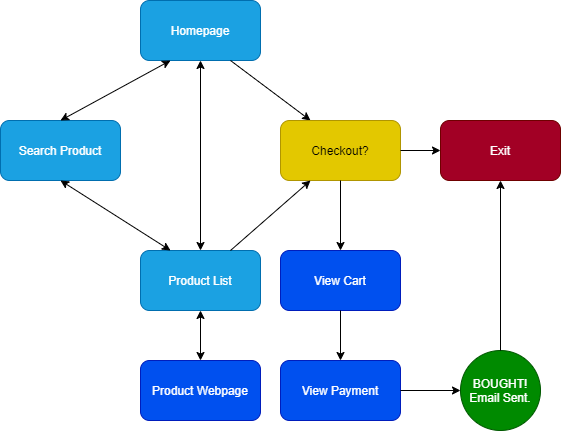
andrija-s/fa21-cse110-lab4 keeps this draw.io diagram as explore/diagramming/diagram.drawio.png. Above is the earlier version. Source tidied: cells renumbered, new cells last; positions are measured from the earlier drawing's top-left corner, leaving out a move shared by most shapes.
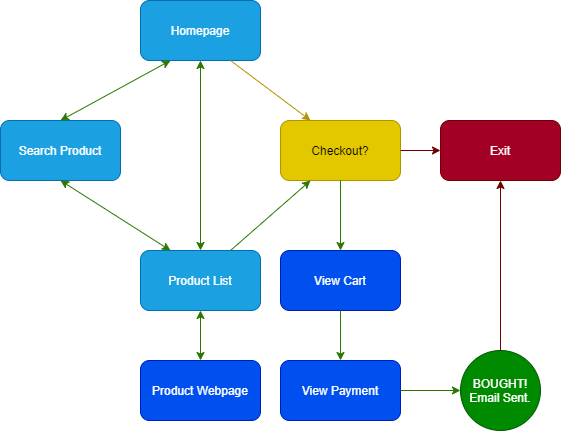
The same file after the commit.

Commit message:
diagram coloring

Diff of the diagram source:
```diff
@@ -11,25 +11,25 @@
     <mxCell id="4" value="Product List" style="rounded=1;whiteSpace=wrap;html=1;fillColor=#1ba1e2;strokeColor=#006EAF;fontColor=#ffffff;" parent="1" vertex="1">
       <mxGeometry x="140" y="250" width="120" height="60" as="geometry" />
     </mxCell>
-    <mxCell id="5" style="endArrow=classic;startArrow=classic;html=1;exitX=0.5;exitY=0;exitDx=0;exitDy=0;entryX=0.5;entryY=1;entryDx=0;entryDy=0;" parent="1" edge="1" source="4" target="2">
+    <mxCell id="5" style="endArrow=classic;startArrow=classic;html=1;exitX=0.5;exitY=0;exitDx=0;exitDy=0;entryX=0.5;entryY=1;entryDx=0;entryDy=0;fillColor=#60a917;strokeColor=#2D7600;" parent="1" edge="1" source="4" target="2">
       <mxGeometry relative="1" as="geometry" />
     </mxCell>
-    <mxCell id="6" style="endArrow=classic;startArrow=classic;html=1;exitX=0.5;exitY=0;exitDx=0;exitDy=0;entryX=0.25;entryY=1;entryDx=0;entryDy=0;" parent="1" edge="1" source="3" target="2">
+    <mxCell id="6" style="endArrow=classic;startArrow=classic;html=1;exitX=0.5;exitY=0;exitDx=0;exitDy=0;entryX=0.25;entryY=1;entryDx=0;entryDy=0;fillColor=#60a917;strokeColor=#2D7600;" parent="1" edge="1" source="3" target="2">
       <mxGeometry relative="1" as="geometry" />
     </mxCell>
-    <mxCell id="7" style="endArrow=classic;startArrow=classic;html=1;exitX=0.5;exitY=1;exitDx=0;exitDy=0;entryX=0.25;entryY=0;entryDx=0;entryDy=0;" parent="1" edge="1" source="3" target="4">
+    <mxCell id="7" style="endArrow=classic;startArrow=classic;html=1;exitX=0.5;exitY=1;exitDx=0;exitDy=0;entryX=0.25;entryY=0;entryDx=0;entryDy=0;fillColor=#60a917;strokeColor=#2D7600;" parent="1" edge="1" source="3" target="4">
       <mxGeometry relative="1" as="geometry" />
     </mxCell>
     <mxCell id="8" value="Product Webpage" style="rounded=1;whiteSpace=wrap;html=1;fillColor=#0050ef;strokeColor=#001DBC;fontColor=#ffffff;" parent="1" vertex="1">
       <mxGeometry x="140" y="360" width="120" height="60" as="geometry" />
     </mxCell>
-    <mxCell id="9" style="endArrow=classic;html=1;exitX=0.75;exitY=1;exitDx=0;exitDy=0;entryX=0.25;entryY=0;entryDx=0;entryDy=0;" parent="1" edge="1" source="2" target="10">
+    <mxCell id="9" style="endArrow=classic;html=1;exitX=0.75;exitY=1;exitDx=0;exitDy=0;entryX=0.25;entryY=0;entryDx=0;entryDy=0;fillColor=#e3c800;strokeColor=#B09500;" parent="1" edge="1" source="2" target="10">
       <mxGeometry relative="1" as="geometry" />
     </mxCell>
     <mxCell id="10" value="Checkout?" style="rounded=1;whiteSpace=wrap;html=1;fillColor=#e3c800;strokeColor=#B09500;fontColor=#000000;" parent="1" vertex="1">
       <mxGeometry x="280" y="120" width="120" height="60" as="geometry" />
     </mxCell>
-    <mxCell id="11" style="endArrow=classic;html=1;exitX=0.75;exitY=0;exitDx=0;exitDy=0;entryX=0.25;entryY=1;entryDx=0;entryDy=0;" parent="1" edge="1" source="4" target="10">
+    <mxCell id="11" style="endArrow=classic;html=1;exitX=0.75;exitY=0;exitDx=0;exitDy=0;entryX=0.25;entryY=1;entryDx=0;entryDy=0;fillColor=#60a917;strokeColor=#2D7600;" parent="1" edge="1" source="4" target="10">
       <mxGeometry relative="1" as="geometry" />
     </mxCell>
     <mxCell id="12" value="Exit" style="rounded=1;whiteSpace=wrap;html=1;fillColor=#a20025;strokeColor=#6F0000;fontColor=#ffffff;" parent="1" vertex="1">
@@ -38,7 +38,7 @@
     <mxCell id="13" value="View Cart" style="rounded=1;whiteSpace=wrap;html=1;fillColor=#0050ef;strokeColor=#001DBC;fontColor=#ffffff;" parent="1" vertex="1">
       <mxGeometry x="280" y="250" width="120" height="60" as="geometry" />
     </mxCell>
-    <mxCell id="14" style="endArrow=classic;html=1;exitX=1;exitY=0.5;exitDx=0;exitDy=0;entryX=0;entryY=0.5;entryDx=0;entryDy=0;" parent="1" edge="1" source="10" target="12">
+    <mxCell id="14" style="endArrow=classic;html=1;exitX=1;exitY=0.5;exitDx=0;exitDy=0;entryX=0;entryY=0.5;entryDx=0;entryDy=0;fillColor=#a20025;strokeColor=#6F0000;" parent="1" edge="1" source="10" target="12">
       <mxGeometry relative="1" as="geometry" />
     </mxCell>
     <mxCell id="15" value="View Payment" style="rounded=1;whiteSpace=wrap;html=1;fillColor=#0050ef;strokeColor=#001DBC;fontColor=#ffffff;" parent="1" vertex="1">
@@ -47,19 +47,19 @@
     <mxCell id="16" value="BOUGHT!&lt;br&gt;Email Sent." style="ellipse;whiteSpace=wrap;html=1;fillColor=#008a00;strokeColor=#005700;fontColor=#ffffff;" parent="1" vertex="1">
       <mxGeometry x="460" y="350" width="80" height="80" as="geometry" />
     </mxCell>
-    <mxCell id="17" style="endArrow=classic;html=1;exitX=0.5;exitY=1;exitDx=0;exitDy=0;entryX=0.5;entryY=0;entryDx=0;entryDy=0;" parent="1" edge="1" source="10" target="13">
+    <mxCell id="17" style="endArrow=classic;html=1;exitX=0.5;exitY=1;exitDx=0;exitDy=0;entryX=0.5;entryY=0;entryDx=0;entryDy=0;fillColor=#60a917;strokeColor=#2D7600;" parent="1" edge="1" source="10" target="13">
       <mxGeometry relative="1" as="geometry" />
     </mxCell>
-    <mxCell id="18" style="endArrow=classic;html=1;entryX=0.5;entryY=0;entryDx=0;entryDy=0;exitX=0.5;exitY=1;exitDx=0;exitDy=0;" parent="1" edge="1" source="13" target="15">
+    <mxCell id="18" style="endArrow=classic;html=1;entryX=0.5;entryY=0;entryDx=0;entryDy=0;exitX=0.5;exitY=1;exitDx=0;exitDy=0;fillColor=#60a917;strokeColor=#2D7600;" parent="1" edge="1" source="13" target="15">
       <mxGeometry relative="1" as="geometry" />
     </mxCell>
-    <mxCell id="19" style="endArrow=classic;html=1;exitX=1;exitY=0.5;exitDx=0;exitDy=0;entryX=0;entryY=0.5;entryDx=0;entryDy=0;" parent="1" edge="1" source="15" target="16">
+    <mxCell id="19" style="endArrow=classic;html=1;exitX=1;exitY=0.5;exitDx=0;exitDy=0;entryX=0;entryY=0.5;entryDx=0;entryDy=0;fillColor=#60a917;strokeColor=#2D7600;" parent="1" edge="1" source="15" target="16">
       <mxGeometry relative="1" as="geometry" />
     </mxCell>
-    <mxCell id="20" style="endArrow=classic;html=1;exitX=0.5;exitY=0;exitDx=0;exitDy=0;entryX=0.5;entryY=1;entryDx=0;entryDy=0;" parent="1" edge="1" source="16" target="12">
+    <mxCell id="20" style="endArrow=classic;html=1;exitX=0.5;exitY=0;exitDx=0;exitDy=0;entryX=0.5;entryY=1;entryDx=0;entryDy=0;fillColor=#a20025;strokeColor=#6F0000;" parent="1" edge="1" source="16" target="12">
       <mxGeometry relative="1" as="geometry" />
     </mxCell>
-    <mxCell id="21" style="endArrow=classic;startArrow=classic;html=1;exitX=0.5;exitY=0;exitDx=0;exitDy=0;entryX=0.5;entryY=1;entryDx=0;entryDy=0;" parent="1" edge="1" source="8" target="4">
+    <mxCell id="21" style="endArrow=classic;startArrow=classic;html=1;exitX=0.5;exitY=0;exitDx=0;exitDy=0;entryX=0.5;entryY=1;entryDx=0;entryDy=0;fillColor=#60a917;strokeColor=#2D7600;" parent="1" edge="1" source="8" target="4">
       <mxGeometry relative="1" as="geometry" />
     </mxCell>
   </root>
```
